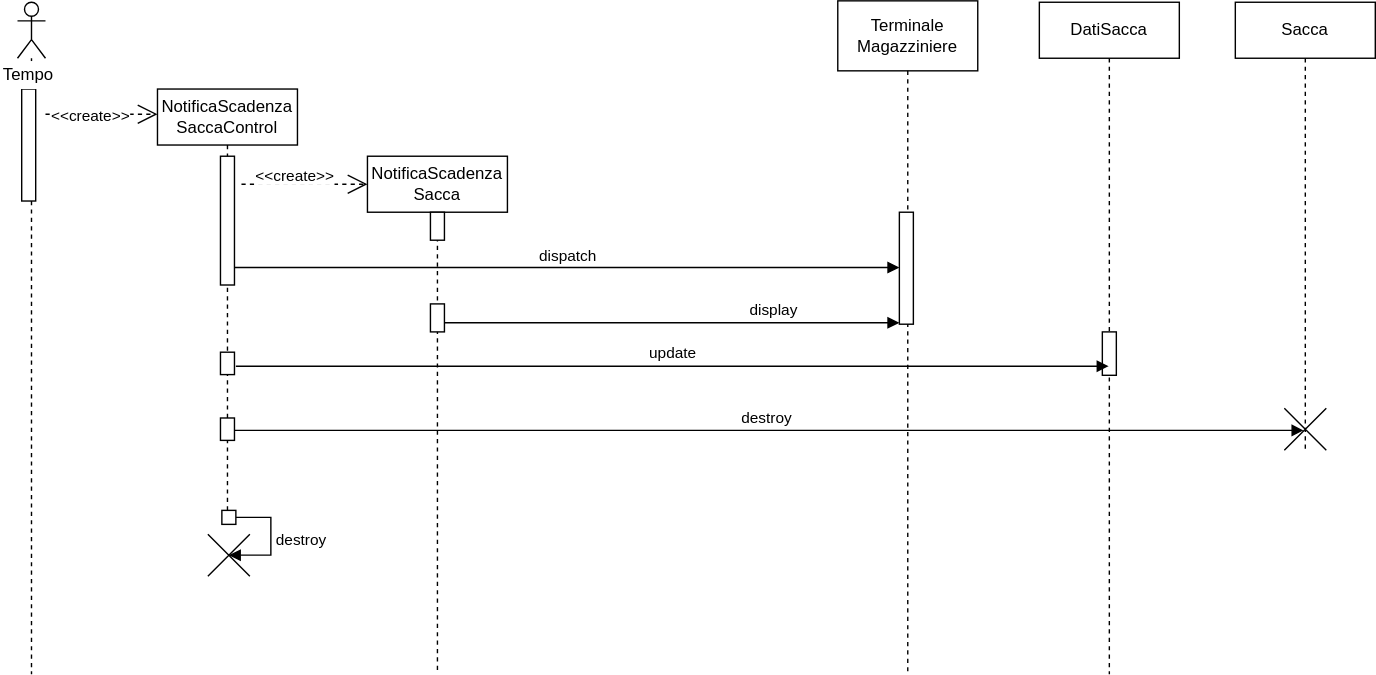
The draw.io diagram System Definition/Editabili/Sequence diagrams/.svg/EliminazioneSaccaScaduta.svg in MarcoRuta/Sistema-gestione-CCS-CTT-UnaRegione, before a commit. Source tidied: cells renumbered, new cells last; positions are measured from the earlier drawing's top-left corner, leaving out a move shared by most shapes.
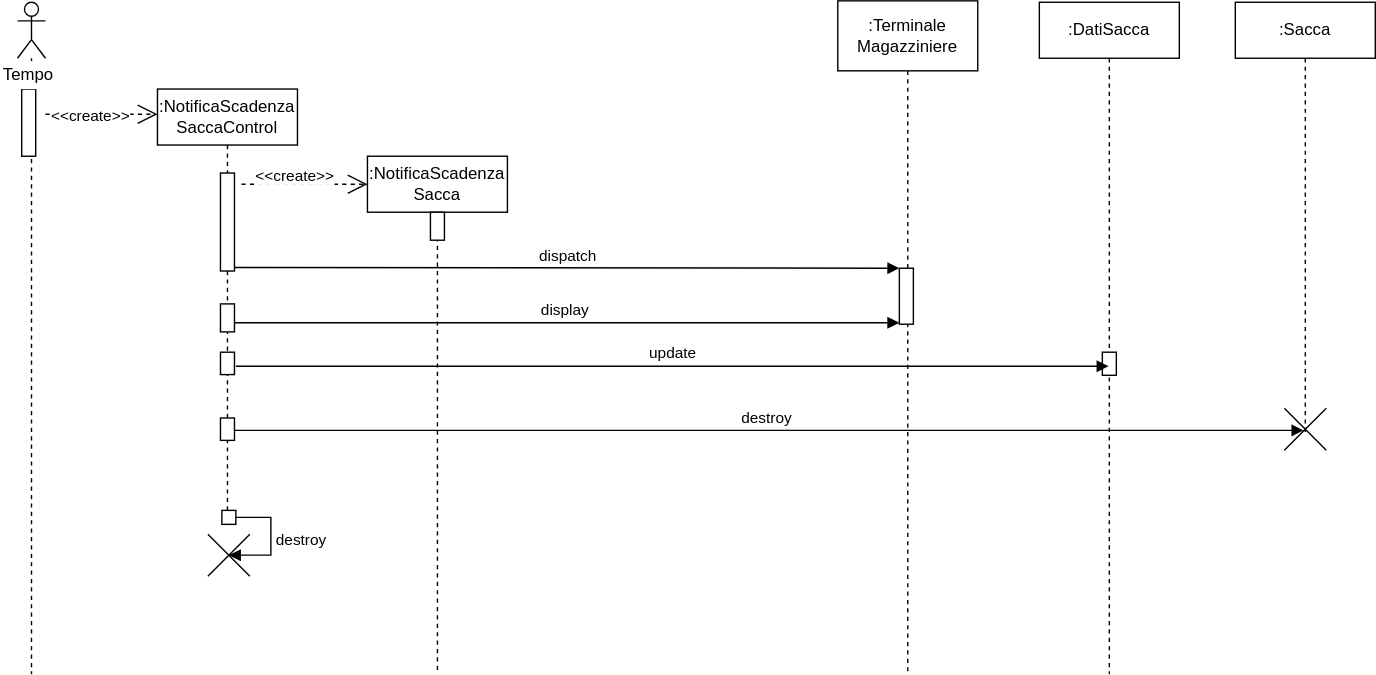
After the commit.

The edit, as a diff of the source:
```diff
@@ -2,10 +2,10 @@
   <root>
     <mxCell id="0" />
     <mxCell id="1" parent="0" />
-    <mxCell id="2" value="display" style="html=1;verticalAlign=bottom;endArrow=block;" parent="1" edge="1">
-      <mxGeometry x="0.45" relative="1" as="geometry">
-        <mxPoint x="316" y="230" as="sourcePoint" />
+    <mxCell id="2" value="display" style="html=1;verticalAlign=bottom;endArrow=block;" parent="1" edge="1" source="7">
+      <mxGeometry relative="1" as="geometry">
         <mxPoint x="642" y="230" as="targetPoint" />
+        <mxPoint x="1" as="offset" />
       </mxGeometry>
     </mxCell>
     <mxCell id="3" value="destroy" style="html=1;verticalAlign=bottom;endArrow=block;entryX=0.457;entryY=0.529;entryDx=0;entryDy=0;entryPerimeter=0;" parent="1" edge="1" source="7" target="22">
@@ -15,16 +15,16 @@
       <mxGeometry x="12" y="1" width="20" height="480" as="geometry" />
     </mxCell>
     <mxCell id="5" style="html=1;perimeter=orthogonalPerimeter;fillColor=#ffffff;" parent="4" vertex="1">
-      <mxGeometry x="3" y="62" width="10" height="80" as="geometry" />
+      <mxGeometry x="3" y="62" width="10" height="48" as="geometry" />
     </mxCell>
     <mxCell id="6" value="Tempo" style="text;html=1;strokeColor=none;align=center;verticalAlign=middle;whiteSpace=wrap;rounded=0;fillColor=#ffffff;" parent="1" vertex="1">
       <mxGeometry y="43" width="40" height="20" as="geometry" />
     </mxCell>
-    <mxCell id="7" value="NotificaScadenza SaccaControl" style="shape=umlLifeline;perimeter=lifelinePerimeter;whiteSpace=wrap;html=1;outlineConnect=0;fillColor=#ffffff;" parent="1" vertex="1">
+    <mxCell id="7" value=":NotificaScadenza SaccaControl" style="shape=umlLifeline;perimeter=lifelinePerimeter;whiteSpace=wrap;html=1;outlineConnect=0;fillColor=#ffffff;" parent="1" vertex="1">
       <mxGeometry x="112" y="63" width="100" height="308" as="geometry" />
     </mxCell>
     <mxCell id="8" style="html=1;perimeter=orthogonalPerimeter;fillColor=#ffffff;" parent="7" vertex="1">
-      <mxGeometry x="45" y="48" width="10" height="92" as="geometry" />
+      <mxGeometry x="45" y="60" width="10" height="70" as="geometry" />
     </mxCell>
     <mxCell id="9" style="html=1;perimeter=orthogonalPerimeter;fillColor=#ffffff;" parent="7" vertex="1">
       <mxGeometry x="45" y="235" width="10" height="16" as="geometry" />
@@ -32,6 +32,9 @@
     <mxCell id="10" style="html=1;perimeter=orthogonalPerimeter;fillColor=#ffffff;" parent="7" vertex="1">
       <mxGeometry x="45" y="188" width="10" height="16" as="geometry" />
     </mxCell>
+    <mxCell id="17" style="html=1;perimeter=orthogonalPerimeter;" parent="7" vertex="1">
+      <mxGeometry x="45" y="153.5" width="10" height="20" as="geometry" />
+    </mxCell>
     <mxCell id="11" style="endArrow=open;dashed=1;endFill=0;endSize=12;html=1;" parent="1" edge="1">
       <mxGeometry relative="1" as="geometry">
         <mxPoint x="32" y="81" as="sourcePoint" />
@@ -54,28 +57,25 @@
         <mxPoint x="-18" y="-4" as="offset" />
       </mxGeometry>
     </mxCell>
-    <mxCell id="15" value="NotificaScadenza Sacca" style="shape=umlLifeline;perimeter=lifelinePerimeter;whiteSpace=wrap;html=1;fillColor=#ffffff;" parent="1" vertex="1">
+    <mxCell id="15" value=":NotificaScadenza Sacca" style="shape=umlLifeline;perimeter=lifelinePerimeter;whiteSpace=wrap;html=1;fillColor=#ffffff;" parent="1" vertex="1">
       <mxGeometry x="262" y="111" width="100" height="370" as="geometry" />
     </mxCell>
     <mxCell id="16" style="html=1;perimeter=orthogonalPerimeter;" parent="15" vertex="1">
       <mxGeometry x="45" y="40" width="10" height="20" as="geometry" />
     </mxCell>
-    <mxCell id="17" style="html=1;perimeter=orthogonalPerimeter;" parent="15" vertex="1">
-      <mxGeometry x="45" y="105.5" width="10" height="20" as="geometry" />
-    </mxCell>
     <mxCell id="18" value="dispatch" style="html=1;verticalAlign=bottom;endArrow=block;" parent="1" edge="1" target="20">
       <mxGeometry relative="1" as="geometry">
         <mxPoint x="167" y="190.5" as="sourcePoint" />
       </mxGeometry>
     </mxCell>
-    <mxCell id="19" value="Terminale Magazziniere" style="shape=umlLifeline;perimeter=lifelinePerimeter;whiteSpace=wrap;html=1;size=50;" parent="1" vertex="1">
+    <mxCell id="19" value=":Terminale Magazziniere" style="shape=umlLifeline;perimeter=lifelinePerimeter;whiteSpace=wrap;html=1;size=50;" parent="1" vertex="1">
       <mxGeometry x="598" width="100" height="481" as="geometry" />
     </mxCell>
     <mxCell id="20" style="html=1;points=[];perimeter=orthogonalPerimeter;fillColor=#ffffff;" parent="1" vertex="1">
-      <mxGeometry x="642" y="151" width="10" height="80" as="geometry" />
+      <mxGeometry x="642" y="191" width="10" height="40" as="geometry" />
     </mxCell>
-    <mxCell id="21" value="Sacca" style="shape=umlLifeline;perimeter=lifelinePerimeter;whiteSpace=wrap;html=1;fillColor=#ffffff;" parent="1" vertex="1">
-      <mxGeometry x="882" y="1" width="100" height="320" as="geometry" />
+    <mxCell id="21" value=":Sacca" style="shape=umlLifeline;perimeter=lifelinePerimeter;whiteSpace=wrap;html=1;fillColor=#ffffff;" parent="1" vertex="1">
+      <mxGeometry x="882" y="1" width="100" height="310" as="geometry" />
     </mxCell>
     <mxCell id="22" style="shape=umlDestroy;fillColor=#ffffff;fontSize=8;" parent="21" vertex="1">
       <mxGeometry x="35" y="290" width="30" height="30" as="geometry" />
@@ -95,11 +95,11 @@
     <mxCell id="25" style="shape=umlDestroy;fillColor=#ffffff;fontSize=8;" parent="1" vertex="1">
       <mxGeometry x="148" y="381" width="30" height="30" as="geometry" />
     </mxCell>
-    <mxCell id="26" value="DatiSacca" style="shape=umlLifeline;perimeter=lifelinePerimeter;whiteSpace=wrap;html=1;outlineConnect=0;fillColor=#ffffff;" parent="1" vertex="1">
+    <mxCell id="26" value=":DatiSacca" style="shape=umlLifeline;perimeter=lifelinePerimeter;whiteSpace=wrap;html=1;outlineConnect=0;fillColor=#ffffff;" parent="1" vertex="1">
       <mxGeometry x="742" y="1" width="100" height="480" as="geometry" />
     </mxCell>
     <mxCell id="27" style="html=1;perimeter=orthogonalPerimeter;fillColor=#ffffff;" parent="26" vertex="1">
-      <mxGeometry x="45" y="235.5" width="10" height="31" as="geometry" />
+      <mxGeometry x="45" y="250" width="10" height="16.5" as="geometry" />
     </mxCell>
     <mxCell id="28" value="update" style="html=1;verticalAlign=bottom;endArrow=block;" parent="1" edge="1" target="26">
       <mxGeometry relative="1" as="geometry">
```
